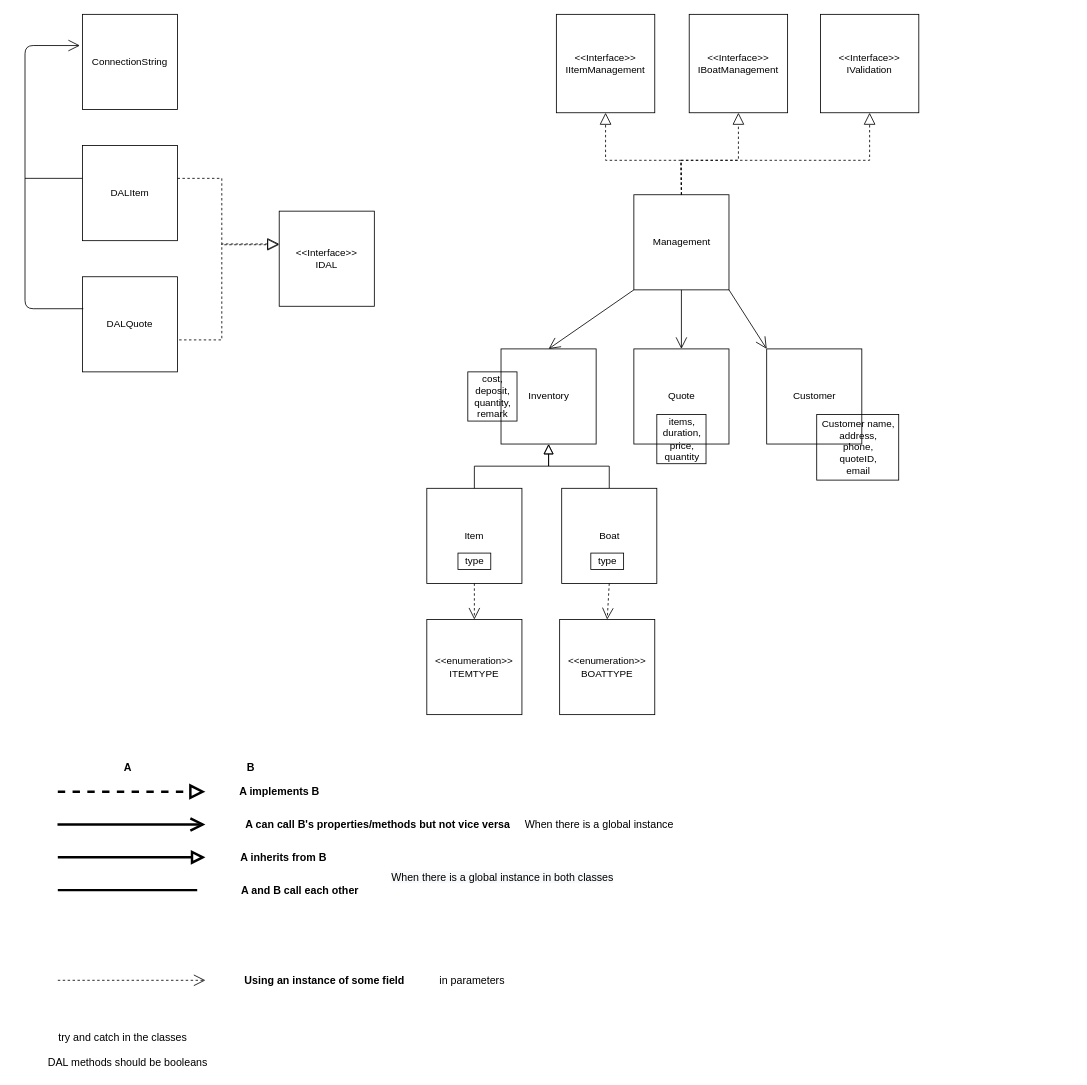
The draw.io diagram Documentation/Synthesis Assignment.drawio in ismailchbiki/-t-Sloepke-B.V.-company, before the edit. Source tidied: cells renumbered, new cells numbered last; positions are measured from the earlier drawing's top-left corner, leaving out a move shared by most shapes. Both pictures are drawn from the tidied source at 82%, with x=0, y=0 at pixel (25, 14).
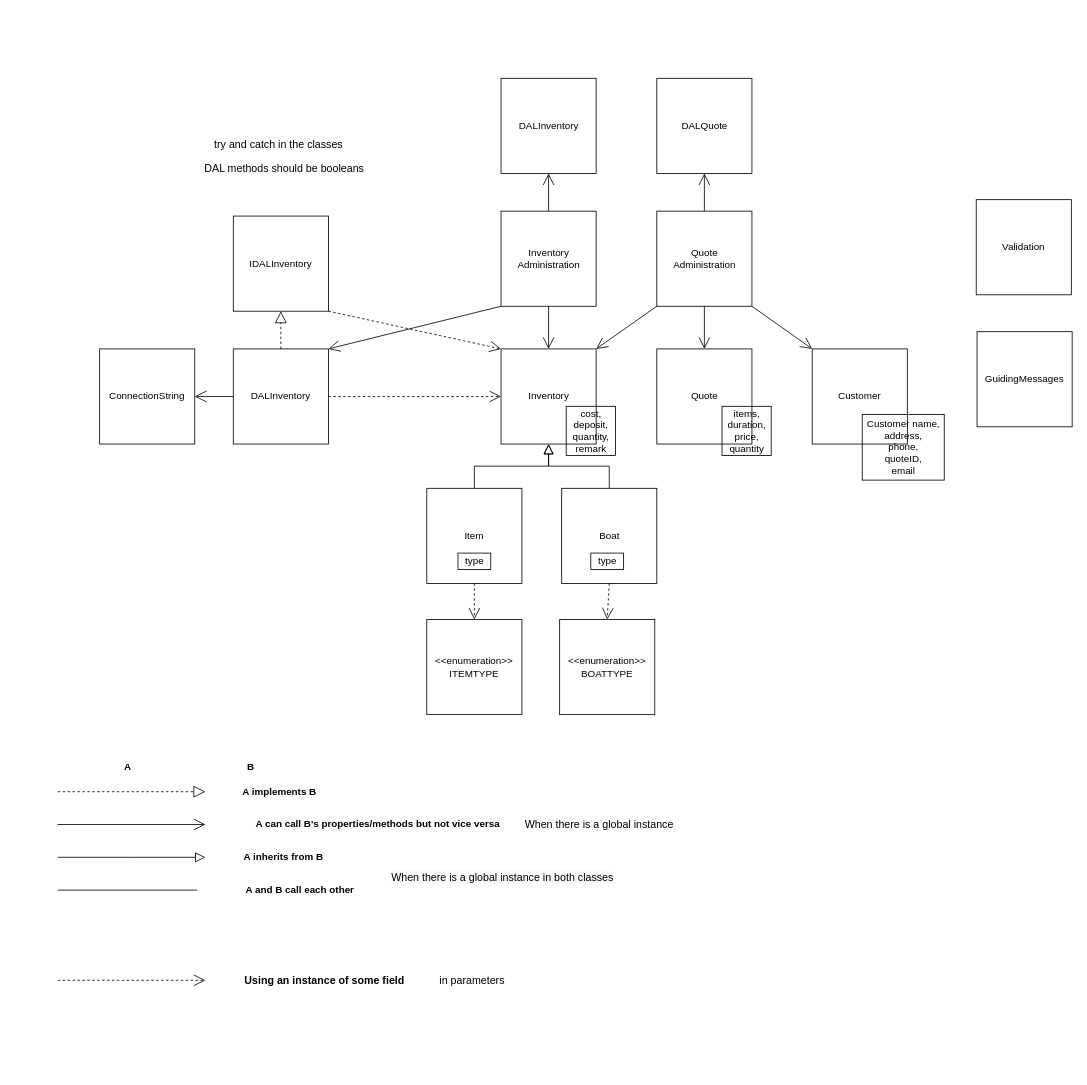
After the change.

Unchanged cells that the change refers to:
```xml
<mxCell id="39" value="Inventory" style="whiteSpace=wrap;html=1;strokeColor=default;direction=east;" parent="1" vertex="1">
  <mxGeometry x="580.5" y="408" width="116" height="116" as="geometry" />
</mxCell>
```

The edit, as a diff of the source:
```diff
@@
-    <mxCell id="2" value="DALItem" style="whiteSpace=wrap;html=1;" parent="1" vertex="1">
-      <mxGeometry x="70" y="160" width="116" height="116" as="geometry" />
-    </mxCell>
-    <mxCell id="3" value="DALQuote" style="whiteSpace=wrap;html=1;" parent="1" vertex="1">
-      <mxGeometry x="70" y="320" width="116" height="116" as="geometry" />
-    </mxCell>
-    <mxCell id="4" value="&amp;lt;&amp;lt;Interface&amp;gt;&amp;gt;&lt;br&gt;IDAL" style="whiteSpace=wrap;html=1;" parent="1" vertex="1">
-      <mxGeometry x="310" y="240" width="116" height="116" as="geometry" />
-    </mxCell>
-    <mxCell id="5" style="endArrow=block;dashed=1;endFill=0;endSize=12;html=1;rounded=0;fontStyle=1;strokeWidth=1;fontSize=10;exitX=1;exitY=0.345;exitDx=0;exitDy=0;exitPerimeter=0;entryX=0;entryY=0.353;entryDx=0;entryDy=0;entryPerimeter=0;" parent="1" edge="1" source="2" target="4">
-      <mxGeometry relative="1" as="geometry">
-        <Array as="points">
-          <mxPoint x="240" y="200" />
-          <mxPoint x="240" y="281" />
-        </Array>
-      </mxGeometry>
-    </mxCell>
-    <mxCell id="6" style="endArrow=block;dashed=1;endFill=0;endSize=12;html=1;rounded=0;fontStyle=1;strokeWidth=1;fontSize=10;exitX=1.017;exitY=0.664;exitDx=0;exitDy=0;exitPerimeter=0;entryX=0;entryY=0.345;entryDx=0;entryDy=0;entryPerimeter=0;" parent="1" edge="1" source="3" target="4">
-      <mxGeometry relative="1" as="geometry">
-        <Array as="points">
-          <mxPoint x="240" y="397" />
-          <mxPoint x="240" y="280" />
-        </Array>
-      </mxGeometry>
-    </mxCell>
     <mxCell id="7" value="ConnectionString" style="whiteSpace=wrap;html=1;" parent="1" vertex="1">
-      <mxGeometry x="70" width="116" height="116" as="geometry" />
+      <mxGeometry x="91" y="408" width="116" height="116" as="geometry" />
     </mxCell>
-    <mxCell id="8" style="endArrow=open;endFill=1;endSize=12;html=1;fontStyle=1;fontSize=10;strokeWidth=1;entryX=-0.026;entryY=0.328;entryDx=0;entryDy=0;entryPerimeter=0;exitX=0.009;exitY=0.336;exitDx=0;exitDy=0;exitPerimeter=0;" parent="1" edge="1" source="3" target="7">
-      <mxGeometry relative="1" as="geometry">
-        <Array as="points">
-          <mxPoint y="359" />
-          <mxPoint y="38" />
-        </Array>
-      </mxGeometry>
-    </mxCell>
-    <mxCell id="9" style="endArrow=none;html=1;rounded=0;fontStyle=1;strokeWidth=1;fontSize=10;entryX=0;entryY=0.345;entryDx=0;entryDy=0;entryPerimeter=0;" parent="1" edge="1" target="2">
-      <mxGeometry relative="1" as="geometry">
-        <mxPoint y="200" as="sourcePoint" />
-      </mxGeometry>
-    </mxCell>
-    <mxCell id="10" style="endArrow=block;dashed=1;endFill=0;endSize=12;html=1;rounded=0;fontStyle=1;strokeWidth=3;fontSize=13;" parent="1" edge="1">
+    <mxCell id="10" style="endArrow=block;dashed=1;endFill=0;endSize=12;html=1;rounded=0;fontStyle=1;strokeWidth=1;fontSize=10;" parent="1" edge="1">
       <mxGeometry relative="1" as="geometry">
         <mxPoint x="40" y="948" as="sourcePoint" />
         <mxPoint x="220" y="948" as="targetPoint" />
       </mxGeometry>
     </mxCell>
-    <mxCell id="11" value="A" style="text;html=1;align=center;verticalAlign=middle;strokeColor=none;fillColor=none;fontStyle=1;strokeWidth=3;fontSize=13;" parent="1" vertex="1">
+    <mxCell id="11" value="A" style="text;html=1;align=center;verticalAlign=middle;strokeColor=none;fillColor=none;fontStyle=1;strokeWidth=3;fontSize=12;" parent="1" vertex="1">
       <mxGeometry x="115" y="908" width="20" height="20" as="geometry" />
     </mxCell>
-    <mxCell id="12" value="B" style="text;html=1;align=center;verticalAlign=middle;strokeColor=none;fillColor=none;fontStyle=1;strokeWidth=3;fontSize=13;" parent="1" vertex="1">
+    <mxCell id="12" value="B" style="text;html=1;align=center;verticalAlign=middle;strokeColor=none;fillColor=none;fontStyle=1;strokeWidth=3;fontSize=12;" parent="1" vertex="1">
       <mxGeometry x="265" y="908" width="20" height="20" as="geometry" />
     </mxCell>
-    <mxCell id="13" value="A implements B" style="text;html=1;align=center;verticalAlign=middle;strokeColor=none;fillColor=none;fontStyle=1;strokeWidth=4;fontSize=13;" parent="1" vertex="1">
+    <mxCell id="13" value="A implements B" style="text;html=1;align=center;verticalAlign=middle;strokeColor=none;fillColor=none;fontStyle=1;strokeWidth=4;fontSize=12;" parent="1" vertex="1">
       <mxGeometry x="255" y="938" width="110" height="20" as="geometry" />
     </mxCell>
-    <mxCell id="14" style="endArrow=open;endFill=1;endSize=12;html=1;fontStyle=1;fontSize=13;strokeWidth=3;" parent="1" edge="1">
+    <mxCell id="14" style="endArrow=open;endFill=1;endSize=12;html=1;fontStyle=1;fontSize=10;strokeWidth=1;" parent="1" edge="1">
       <mxGeometry relative="1" as="geometry">
         <mxPoint x="39.6" y="988" as="sourcePoint" />
         <mxPoint x="220" y="988" as="targetPoint" />
       </mxGeometry>
     </mxCell>
-    <mxCell id="15" value="A can call B's properties/methods but not vice versa" style="text;html=1;align=center;verticalAlign=middle;strokeColor=none;fillColor=none;fontStyle=1;strokeWidth=4;fontSize=13;" parent="1" vertex="1">
-      <mxGeometry x="260" y="978" width="340" height="20" as="geometry" />
+    <mxCell id="15" value="A can call B's properties/methods but not vice versa" style="text;html=1;align=center;verticalAlign=middle;strokeColor=none;fillColor=none;fontStyle=1;strokeWidth=4;fontSize=12;" parent="1" vertex="1">
+      <mxGeometry x="275" y="978" width="310" height="20" as="geometry" />
     </mxCell>
-    <mxCell id="16" style="endArrow=block;endSize=10;endFill=0;shadow=0;strokeWidth=3;rounded=0;edgeStyle=elbowEdgeStyle;elbow=vertical;fontStyle=1;fontSize=13;" parent="1" edge="1">
+    <mxCell id="16" style="endArrow=block;endSize=10;endFill=0;shadow=0;strokeWidth=1;rounded=0;edgeStyle=elbowEdgeStyle;elbow=vertical;fontStyle=1;fontSize=10;" parent="1" edge="1">
       <mxGeometry relative="1" as="geometry">
         <mxPoint x="40" y="1028" as="sourcePoint" />
         <mxPoint x="220" y="1028" as="targetPoint" />
       </mxGeometry>
     </mxCell>
-    <mxCell id="17" value="&lt;span style=&quot;font-size: 13px;&quot;&gt;A inherits from B&lt;/span&gt;" style="text;html=1;align=center;verticalAlign=middle;strokeColor=none;fillColor=none;fontStyle=1;strokeWidth=4;fontSize=13;" parent="1" vertex="1">
-      <mxGeometry x="255" y="1018" width="120" height="20" as="geometry" />
+    <mxCell id="17" value="&lt;span style=&quot;font-size: 12px;&quot;&gt;A inherits from B&lt;/span&gt;" style="text;html=1;align=center;verticalAlign=middle;strokeColor=none;fillColor=none;fontStyle=1;strokeWidth=4;fontSize=12;" parent="1" vertex="1">
+      <mxGeometry x="260" y="1018" width="110" height="20" as="geometry" />
     </mxCell>
-    <mxCell id="18" style="endArrow=none;html=1;rounded=0;fontStyle=1;strokeWidth=3;fontSize=13;" parent="1" edge="1">
+    <mxCell id="18" style="endArrow=none;html=1;rounded=0;fontStyle=1;strokeWidth=1;fontSize=10;" parent="1" edge="1">
       <mxGeometry relative="1" as="geometry">
         <mxPoint x="40" y="1068" as="sourcePoint" />
         <mxPoint x="210" y="1068" as="targetPoint" />
       </mxGeometry>
     </mxCell>
-    <mxCell id="19" value="&lt;span style=&quot;font-size: 13px;&quot;&gt;A and B call each other&lt;/span&gt;" style="text;html=1;align=center;verticalAlign=middle;strokeColor=none;fillColor=none;fontStyle=1;strokeWidth=4;fontSize=13;" parent="1" vertex="1">
-      <mxGeometry x="255" y="1058" width="160" height="20" as="geometry" />
+    <mxCell id="19" value="&lt;span style=&quot;font-size: 12px;&quot;&gt;A and B call each other&lt;/span&gt;" style="text;html=1;align=center;verticalAlign=middle;strokeColor=none;fillColor=none;fontStyle=1;strokeWidth=4;fontSize=12;" parent="1" vertex="1">
+      <mxGeometry x="260" y="1058" width="150" height="20" as="geometry" />
     </mxCell>
@@
     <mxCell id="25" value="try and catch in the classes" style="text;html=1;align=center;verticalAlign=middle;strokeColor=none;fillColor=none;fontSize=13;" parent="1" vertex="1">
-      <mxGeometry x="33.6" y="1238" width="170" height="20" as="geometry" />
+      <mxGeometry x="224.1" y="148" width="170" height="20" as="geometry" />
     </mxCell>
     <mxCell id="26" value="DAL methods should be booleans" style="text;html=1;align=center;verticalAlign=middle;strokeColor=none;fillColor=none;fontSize=13;" parent="1" vertex="1">
-      <mxGeometry x="20" y="1268" width="210" height="20" as="geometry" />
+      <mxGeometry x="210.6" y="178" width="210" height="20" as="geometry" />
     </mxCell>
-    <mxCell id="27" value="&amp;lt;&amp;lt;Interface&amp;gt;&amp;gt;&lt;br&gt;IBoatManagement" style="whiteSpace=wrap;html=1;strokeColor=default;direction=east;" parent="1" vertex="1">
-      <mxGeometry x="810" width="120" height="120" as="geometry" />
-    </mxCell>
-    <mxCell id="28" value="Management" style="whiteSpace=wrap;html=1;strokeColor=default;direction=east;" parent="1" vertex="1">
-      <mxGeometry x="742.5" y="220" width="116" height="116" as="geometry" />
+    <mxCell id="28" value="Quote&lt;br&gt;Administration" style="whiteSpace=wrap;html=1;strokeColor=default;direction=east;" parent="1" vertex="1">
+      <mxGeometry x="770.5" y="240" width="116" height="116" as="geometry" />
     </mxCell>
     <mxCell id="29" value="Quote" style="whiteSpace=wrap;html=1;strokeColor=default;direction=east;" parent="1" vertex="1">
-      <mxGeometry x="742.5" y="408" width="116" height="116" as="geometry" />
+      <mxGeometry x="770.5" y="408" width="116" height="116" as="geometry" />
     </mxCell>
     <mxCell id="30" value="Customer" style="whiteSpace=wrap;html=1;strokeColor=default;direction=east;" parent="1" vertex="1">
-      <mxGeometry x="904.5" y="408" width="116" height="116" as="geometry" />
+      <mxGeometry x="960" y="408" width="116" height="116" as="geometry" />
     </mxCell>
@@
-    <mxCell id="32" style="endArrow=open;endFill=1;endSize=12;html=1;fontStyle=1;fontSize=13;strokeWidth=1;exitX=1;exitY=1;exitDx=0;exitDy=0;entryX=0;entryY=0;entryDx=0;entryDy=0;" parent="1" edge="1" source="28" target="30">
-      <mxGeometry relative="1" as="geometry" />
-    </mxCell>
     <mxCell id="33" value="items,&lt;br&gt;duration,&lt;br&gt;price,&lt;br&gt;quantity" style="text;html=1;align=center;verticalAlign=middle;strokeColor=default;fillColor=none;" parent="1" vertex="1">
-      <mxGeometry x="770.5" y="488" width="60" height="60" as="geometry" />
+      <mxGeometry x="850" y="478" width="60" height="60" as="geometry" />
     </mxCell>
-    <mxCell id="34" value="&amp;lt;&amp;lt;Interface&amp;gt;&amp;gt;&lt;br&gt;IValidation" style="whiteSpace=wrap;html=1;strokeColor=default;direction=east;" parent="1" vertex="1">
-      <mxGeometry x="970" width="120" height="120" as="geometry" />
-    </mxCell>
@@
     <mxCell id="38" value="Customer name,&lt;br&gt;address,&lt;br&gt;phone,&lt;br&gt;quoteID,&lt;br&gt;email" style="text;html=1;align=center;verticalAlign=middle;strokeColor=default;fillColor=none;" parent="1" vertex="1">
-      <mxGeometry x="965.5" y="488" width="100" height="80" as="geometry" />
+      <mxGeometry x="1021" y="488" width="100" height="80" as="geometry" />
     </mxCell>
@@
     <mxCell id="40" value="cost,&lt;br&gt;deposit,&lt;br&gt;quantity,&lt;br&gt;remark" style="text;html=1;align=center;verticalAlign=middle;strokeColor=default;fillColor=none;" parent="1" vertex="1">
-      <mxGeometry x="540" y="436" width="60" height="60" as="geometry" />
+      <mxGeometry x="660" y="478" width="60" height="60" as="geometry" />
     </mxCell>
@@
-    <mxCell id="48" value="&amp;lt;&amp;lt;Interface&amp;gt;&amp;gt;&lt;br&gt;IItemManagement" style="whiteSpace=wrap;html=1;strokeColor=default;direction=east;" parent="1" vertex="1">
-      <mxGeometry x="648" width="120" height="120" as="geometry" />
-    </mxCell>
-    <mxCell id="49" style="endArrow=block;dashed=1;endFill=0;endSize=12;html=1;rounded=0;fontStyle=1;strokeWidth=1;fontSize=10;strokeColor=default;exitX=0.5;exitY=0;exitDx=0;exitDy=0;entryX=0.5;entryY=1;entryDx=0;entryDy=0;" parent="1" edge="1" source="28" target="27">
-      <mxGeometry relative="1" as="geometry">
-        <Array as="points">
-          <mxPoint x="800" y="178" />
-          <mxPoint x="870" y="178" />
-        </Array>
-      </mxGeometry>
-    </mxCell>
-    <mxCell id="50" style="endArrow=block;dashed=1;endFill=0;endSize=12;html=1;rounded=0;fontStyle=1;strokeWidth=1;fontSize=10;strokeColor=default;exitX=0.5;exitY=0;exitDx=0;exitDy=0;entryX=0.5;entryY=1;entryDx=0;entryDy=0;" parent="1" edge="1" source="28" target="48">
-      <mxGeometry relative="1" as="geometry">
-        <Array as="points">
-          <mxPoint x="800" y="178" />
-          <mxPoint x="708" y="178" />
-        </Array>
-      </mxGeometry>
-    </mxCell>
-    <mxCell id="51" style="endArrow=block;dashed=1;endFill=0;endSize=12;html=1;rounded=0;fontStyle=1;strokeWidth=1;fontSize=10;strokeColor=default;exitX=0.5;exitY=0;exitDx=0;exitDy=0;entryX=0.5;entryY=1;entryDx=0;entryDy=0;" parent="1" edge="1" source="28" target="34">
-      <mxGeometry relative="1" as="geometry">
-        <Array as="points">
-          <mxPoint x="800" y="178" />
-          <mxPoint x="1030" y="178" />
-        </Array>
-      </mxGeometry>
-    </mxCell>
+    <mxCell id="53" value="Inventory&lt;br&gt;Administration" style="whiteSpace=wrap;html=1;strokeColor=default;direction=east;" parent="1" vertex="1">
+      <mxGeometry x="580.5" y="240" width="116" height="116" as="geometry" />
+    </mxCell>
+    <mxCell id="54" style="endArrow=open;endFill=1;endSize=12;html=1;fontStyle=1;fontSize=13;strokeWidth=1;exitX=0.5;exitY=1;exitDx=0;exitDy=0;entryX=0.5;entryY=0;entryDx=0;entryDy=0;" parent="1" edge="1" source="53" target="39">
+      <mxGeometry relative="1" as="geometry" />
+    </mxCell>
+    <mxCell id="55" value="Validation" style="whiteSpace=wrap;html=1;strokeColor=default;direction=east;" parent="1" vertex="1">
+      <mxGeometry x="1160" y="226" width="116" height="116" as="geometry" />
+    </mxCell>
+    <mxCell id="56" value="DALInventory" style="whiteSpace=wrap;html=1;strokeColor=default;direction=east;" parent="1" vertex="1">
+      <mxGeometry x="580.5" y="78" width="116" height="116" as="geometry" />
+    </mxCell>
+    <mxCell id="57" value="GuidingMessages" style="whiteSpace=wrap;html=1;strokeColor=default;direction=east;" parent="1" vertex="1">
+      <mxGeometry x="1161" y="387" width="116" height="116" as="geometry" />
+    </mxCell>
+    <mxCell id="3" value="DALQuote" style="whiteSpace=wrap;html=1;strokeColor=default;direction=east;" parent="1" vertex="1">
+      <mxGeometry x="770.5" y="78" width="116" height="116" as="geometry" />
+    </mxCell>
-    <mxCell id="52" style="endArrow=open;endFill=1;endSize=12;html=1;fontStyle=1;fontSize=13;strokeWidth=1;exitX=0;exitY=1;exitDx=0;exitDy=0;entryX=0.5;entryY=0;entryDx=0;entryDy=0;" parent="1" edge="1" source="28" target="39">
+    <mxCell id="52" style="endArrow=open;endFill=1;endSize=12;html=1;fontStyle=1;fontSize=13;strokeWidth=1;exitX=0;exitY=1;exitDx=0;exitDy=0;entryX=1;entryY=0;entryDx=0;entryDy=0;" parent="1" edge="1" source="28" target="39">
       <mxGeometry relative="1" as="geometry" />
     </mxCell>
+    <mxCell id="32" style="endArrow=open;endFill=1;endSize=12;html=1;fontStyle=1;fontSize=13;strokeWidth=1;exitX=1;exitY=1;exitDx=0;exitDy=0;entryX=0;entryY=0;entryDx=0;entryDy=0;" parent="1" edge="1" source="28" target="30">
+      <mxGeometry relative="1" as="geometry" />
+    </mxCell>
+    <mxCell id="58" style="endArrow=open;endFill=1;endSize=12;html=1;fontStyle=1;fontSize=13;strokeWidth=1;exitX=0.5;exitY=0;exitDx=0;exitDy=0;entryX=0.5;entryY=1;entryDx=0;entryDy=0;" parent="1" edge="1" source="53" target="56">
+      <mxGeometry relative="1" as="geometry" />
+    </mxCell>
+    <mxCell id="59" style="endArrow=open;endFill=1;endSize=12;html=1;fontStyle=1;fontSize=13;strokeWidth=1;entryX=0.5;entryY=1;entryDx=0;entryDy=0;exitX=0.5;exitY=0;exitDx=0;exitDy=0;" parent="1" edge="1" source="28" target="3">
+      <mxGeometry relative="1" as="geometry" />
+    </mxCell>
+    <mxCell id="60" value="IDALInventory" style="whiteSpace=wrap;html=1;" parent="1" vertex="1">
+      <mxGeometry x="254" y="246" width="116" height="116" as="geometry" />
+    </mxCell>
+    <mxCell id="61" value="DALInventory" style="whiteSpace=wrap;html=1;" parent="1" vertex="1">
+      <mxGeometry x="254" y="408" width="116" height="116" as="geometry" />
+    </mxCell>
+    <mxCell id="62" style="endArrow=block;dashed=1;endFill=0;endSize=12;html=1;rounded=0;fontStyle=1;strokeWidth=1;fontSize=10;exitX=0.5;exitY=0;exitDx=0;exitDy=0;entryX=0.5;entryY=1;entryDx=0;entryDy=0;" parent="1" edge="1" source="61" target="60">
+      <mxGeometry relative="1" as="geometry" />
+    </mxCell>
+    <mxCell id="63" style="endArrow=open;endFill=1;endSize=12;html=1;fontStyle=1;fontSize=13;strokeWidth=1;exitX=0;exitY=0.5;exitDx=0;exitDy=0;entryX=1;entryY=0.5;entryDx=0;entryDy=0;" parent="1" edge="1" source="61" target="7">
+      <mxGeometry relative="1" as="geometry" />
+    </mxCell>
+    <mxCell id="64" style="endArrow=open;endSize=12;dashed=1;html=1;fontStyle=1;fontSize=13;exitX=1;exitY=0.5;exitDx=0;exitDy=0;entryX=0;entryY=0.5;entryDx=0;entryDy=0;" parent="1" edge="1" source="61" target="39">
+      <mxGeometry relative="1" as="geometry" />
+    </mxCell>
+    <mxCell id="65" style="endArrow=open;endFill=1;endSize=12;html=1;fontStyle=1;fontSize=13;strokeWidth=1;exitX=0;exitY=1;exitDx=0;exitDy=0;entryX=1;entryY=0;entryDx=0;entryDy=0;" parent="1" edge="1" source="53" target="61">
+      <mxGeometry relative="1" as="geometry" />
+    </mxCell>
+    <mxCell id="66" style="endArrow=open;endSize=12;dashed=1;html=1;fontStyle=1;fontSize=13;exitX=1;exitY=1;exitDx=0;exitDy=0;entryX=0;entryY=0;entryDx=0;entryDy=0;" parent="1" edge="1" source="60" target="39">
+      <mxGeometry relative="1" as="geometry" />
+    </mxCell>
```
